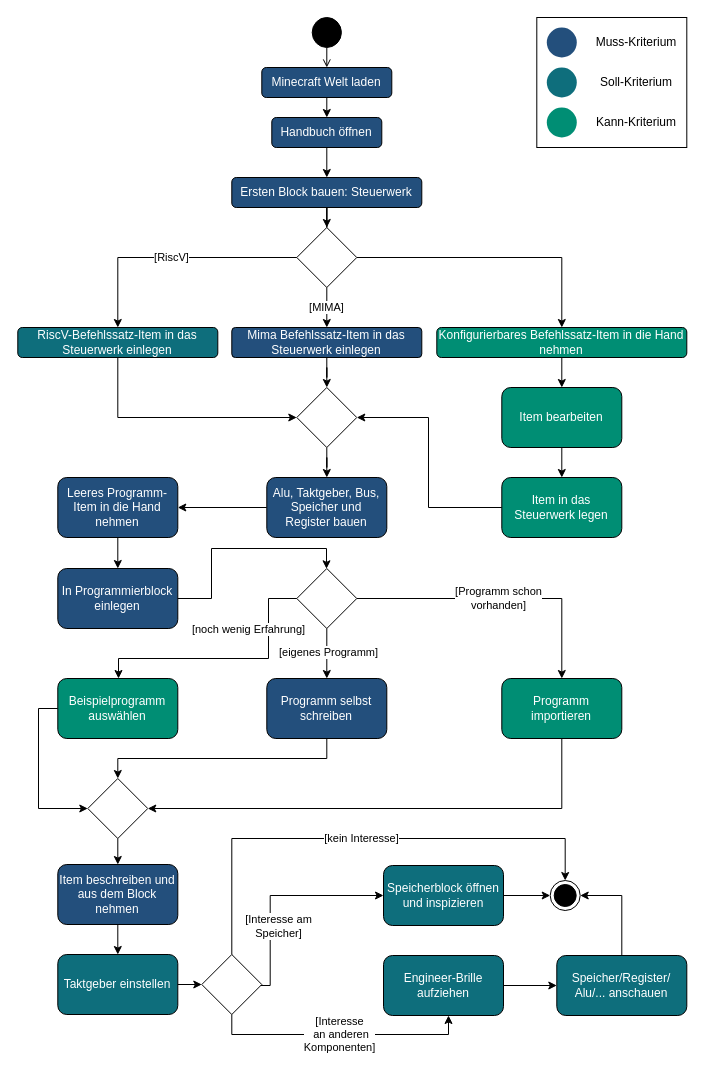
Above: Aktivität.drawio in LundiNord/RISCJ-Diagramms (draw.io), before the change. Source tidied: cells renumbered, new cells numbered last; positions are measured from the earlier drawing's top-left corner, leaving out a move shared by most shapes. Both pictures are drawn from the tidied source at 100%, with x=0, y=0 at pixel (17, 17).
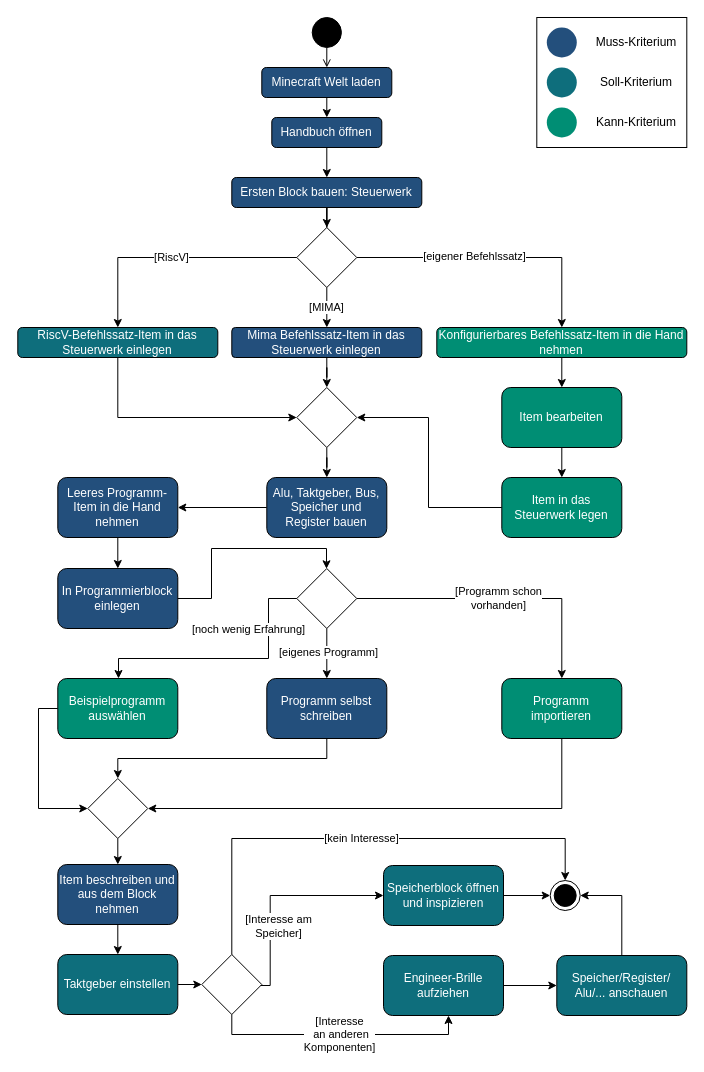
After the change.

Commit message:
Aktivität.drawio Condition bei Custom Item hinzugefügt

The change refers to these unchanged cells:
```xml
<mxCell id="40" style="edgeStyle=orthogonalEdgeStyle;jettySize=auto;html=1;rounded=0;orthogonal=1;jumpStyle=sharp;" parent="1" edge="1" source="15" target="14">
  <mxGeometry relative="1" as="geometry" />
</mxCell>
```

Diff of the diagram source:
```diff
@@
+    <mxCell id="70" value="[eigener Befehlssatz]" style="edgeLabel;html=1;align=center;verticalAlign=middle;" parent="40" vertex="1">
+      <mxGeometry x="-0.15" y="2" relative="1" as="geometry" />
+    </mxCell>
```
